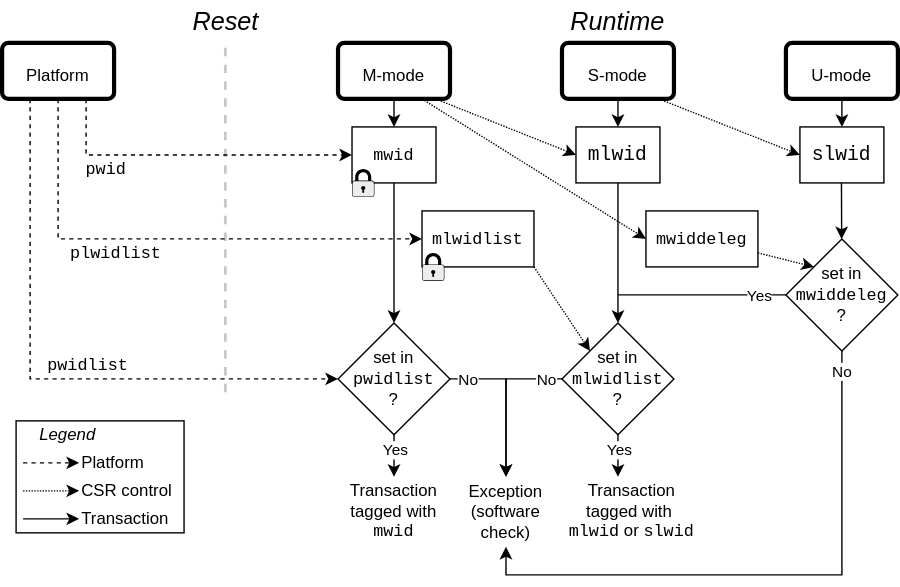
This is src/images/drawio/Smwdeleg_Sswid.svg from riscv/riscv-worlds, a draw.io export, as it was before one commit. Source tidied: cells renumbered, new cells last; positions are measured from the earlier drawing's top-left corner, leaving out a move shared by most shapes.
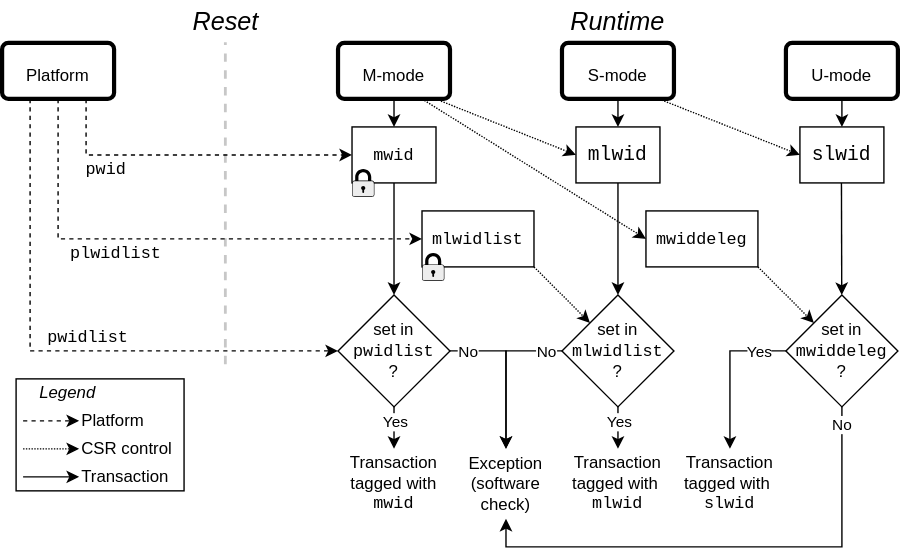
The same file after the commit.

Change to the diagram source:
```diff
@@ -4,7 +4,7 @@
     <mxCell id="1" parent="0" />
     <mxCell id="2" style="endArrow=none;html=1;rounded=0;dashed=1;strokeWidth=2;strokeColor=light-dark(#C7C7C7,#EDEDED);" parent="1" edge="1">
       <mxGeometry relative="1" as="geometry">
-        <mxPoint x="160" y="280" as="sourcePoint" />
+        <mxPoint x="160" y="260" as="sourcePoint" />
         <mxPoint x="160" y="30" as="targetPoint" />
       </mxGeometry>
     </mxCell>
@@ -42,18 +42,18 @@
       <mxGeometry relative="1" as="geometry" />
     </mxCell>
     <mxCell id="12" value="&lt;font style=&quot;font-size: 12px;&quot;&gt;set in&lt;br&gt;&lt;font face=&quot;Courier New&quot; style=&quot;&quot;&gt;pwidlist&lt;br&gt;&lt;/font&gt;?&lt;/font&gt;" style="rhombus;whiteSpace=wrap;html=1;" parent="1" vertex="1">
-      <mxGeometry x="240" y="230" width="80" height="80" as="geometry" />
+      <mxGeometry x="240" y="210" width="80" height="80" as="geometry" />
     </mxCell>
     <mxCell id="13" style="endArrow=classic;html=1;rounded=0;strokeWidth=1;exitX=0.25;exitY=1;exitDx=0;exitDy=0;dashed=1;" parent="1" edge="1" source="3" target="12">
       <mxGeometry relative="1" as="geometry">
         <Array as="points">
-          <mxPoint x="20" y="270" />
+          <mxPoint x="20" y="250" />
         </Array>
       </mxGeometry>
     </mxCell>
     <mxCell id="14" value="&lt;font style=&quot;font-size: 12px;&quot; face=&quot;Courier New&quot;&gt;pwidlist&lt;/font&gt;" style="edgeLabel;html=1;align=center;verticalAlign=middle;" parent="13" vertex="1">
       <mxGeometry x="-0.54" y="2" relative="1" as="geometry">
-        <mxPoint x="38" y="93" as="offset" />
+        <mxPoint x="38" y="78" as="offset" />
       </mxGeometry>
     </mxCell>
     <mxCell id="15" style="endArrow=classic;html=1;rounded=0;exitX=0.5;exitY=1;exitDx=0;exitDy=0;entryX=0.5;entryY=0;entryDx=0;entryDy=0;strokeWidth=1;" parent="1" edge="1" source="12" target="17">
@@ -65,12 +65,12 @@
       </mxGeometry>
     </mxCell>
     <mxCell id="17" value="&lt;font style=&quot;font-size: 12px;&quot;&gt;Transaction&lt;br&gt;tagged with&lt;br&gt;&lt;font face=&quot;Courier New&quot; style=&quot;&quot;&gt;mwid&lt;/font&gt;&lt;/font&gt;" style="text;html=1;whiteSpace=wrap;strokeColor=none;fillColor=none;align=center;verticalAlign=middle;rounded=0;" parent="1" vertex="1">
-      <mxGeometry x="240" y="340" width="80" height="50" as="geometry" />
+      <mxGeometry x="240" y="320" width="80" height="50" as="geometry" />
     </mxCell>
     <mxCell id="18" style="endArrow=classic;html=1;rounded=0;exitX=1;exitY=0.5;exitDx=0;exitDy=0;strokeWidth=1;entryX=0.5;entryY=0;entryDx=0;entryDy=0;" parent="1" edge="1" source="12" target="20">
       <mxGeometry relative="1" as="geometry">
         <Array as="points">
-          <mxPoint x="360" y="270" />
+          <mxPoint x="360" y="250" />
         </Array>
       </mxGeometry>
     </mxCell>
@@ -80,7 +80,7 @@
       </mxGeometry>
     </mxCell>
     <mxCell id="20" value="&lt;font style=&quot;font-size: 12px;&quot;&gt;Exception (software check)&lt;/font&gt;" style="text;html=1;whiteSpace=wrap;strokeColor=none;fillColor=none;align=center;verticalAlign=middle;rounded=0;" parent="1" vertex="1">
-      <mxGeometry x="320" y="340" width="80" height="50" as="geometry" />
+      <mxGeometry x="320" y="320" width="80" height="50" as="geometry" />
     </mxCell>
     <mxCell id="21" value="&lt;font style=&quot;font-size: 12px;&quot;&gt;S-mode&lt;/font&gt;" style="html=1;overflow=block;blockSpacing=1;whiteSpace=wrap;fontSize=20;spacing=3.8;strokeOpacity=100;fillOpacity=100;rounded=1;absoluteArcSize=1;arcSize=9;fillColor=#ffffff;strokeWidth=3;lucidId=RJBa-lLBp8Ld;" parent="1" vertex="1">
       <mxGeometry x="400" y="30" width="80" height="40" as="geometry" />
@@ -95,12 +95,12 @@
       <mxGeometry relative="1" as="geometry" />
     </mxCell>
     <mxCell id="25" value="&lt;font style=&quot;font-size: 12px;&quot;&gt;set in&lt;br&gt;&lt;font face=&quot;Courier New&quot; style=&quot;&quot;&gt;mlwidlist&lt;br&gt;&lt;/font&gt;?&lt;/font&gt;" style="rhombus;whiteSpace=wrap;html=1;" parent="1" vertex="1">
-      <mxGeometry x="400" y="230" width="80" height="80" as="geometry" />
+      <mxGeometry x="400" y="210" width="80" height="80" as="geometry" />
     </mxCell>
     <mxCell id="26" style="endArrow=classic;html=1;rounded=0;strokeWidth=1;exitX=0;exitY=0.5;exitDx=0;exitDy=0;" parent="1" edge="1" source="25" target="20">
       <mxGeometry relative="1" as="geometry">
         <Array as="points">
-          <mxPoint x="360" y="270" />
+          <mxPoint x="360" y="250" />
         </Array>
       </mxGeometry>
     </mxCell>
@@ -109,10 +109,10 @@
         <mxPoint y="-1" as="offset" />
       </mxGeometry>
     </mxCell>
-    <mxCell id="28" value="&lt;font style=&quot;font-size: 12px;&quot;&gt;Transaction tagged with&amp;nbsp; &lt;font face=&quot;Courier New&quot; style=&quot;&quot;&gt;mlwid&lt;/font&gt;&lt;/font&gt;&amp;nbsp;or &lt;span style=&quot;font-family: &amp;quot;Courier New&amp;quot;;&quot;&gt;slwid&lt;/span&gt;" style="text;html=1;whiteSpace=wrap;strokeColor=none;fillColor=none;align=center;verticalAlign=middle;rounded=0;" parent="1" vertex="1">
-      <mxGeometry x="400" y="340" width="100" height="50" as="geometry" />
+    <mxCell id="28" value="&lt;font style=&quot;font-size: 12px;&quot;&gt;Transaction tagged with&amp;nbsp; &lt;font face=&quot;Courier New&quot; style=&quot;&quot;&gt;mlwid&lt;/font&gt;&lt;/font&gt;" style="text;html=1;whiteSpace=wrap;strokeColor=none;fillColor=none;align=center;verticalAlign=middle;rounded=0;" parent="1" vertex="1">
+      <mxGeometry x="400" y="320" width="80" height="50" as="geometry" />
     </mxCell>
-    <mxCell id="29" style="endArrow=classic;html=1;rounded=0;exitX=0.5;exitY=1;exitDx=0;exitDy=0;entryX=0.4;entryY=0;entryDx=0;entryDy=0;strokeWidth=1;entryPerimeter=0;" parent="1" edge="1" source="25" target="28">
+    <mxCell id="29" style="endArrow=classic;html=1;rounded=0;exitX=0.5;exitY=1;exitDx=0;exitDy=0;entryX=0.5;entryY=0;entryDx=0;entryDy=0;strokeWidth=1;" parent="1" edge="1" source="25" target="28">
       <mxGeometry relative="1" as="geometry" />
     </mxCell>
     <mxCell id="30" value="Yes" style="edgeLabel;html=1;align=center;verticalAlign=middle;" parent="29" vertex="1">
@@ -169,31 +169,21 @@
       <mxGeometry relative="1" as="geometry" />
     </mxCell>
     <mxCell id="44" value="&lt;font style=&quot;font-size: 12px;&quot;&gt;set in&lt;br&gt;&lt;font face=&quot;Courier New&quot; style=&quot;&quot;&gt;mwiddeleg&lt;br&gt;&lt;/font&gt;?&lt;/font&gt;" style="rhombus;whiteSpace=wrap;html=1;" parent="1" vertex="1">
-      <mxGeometry x="560" y="170" width="80" height="80" as="geometry" />
+      <mxGeometry x="560" y="210" width="80" height="80" as="geometry" />
     </mxCell>
     <mxCell id="45" style="endArrow=classic;html=1;rounded=0;exitX=0.5;exitY=1;exitDx=0;exitDy=0;strokeWidth=1;" parent="1" edge="1" target="44">
       <mxGeometry relative="1" as="geometry">
         <mxPoint x="599.7" y="130" as="sourcePoint" />
       </mxGeometry>
     </mxCell>
-    <mxCell id="46" style="endArrow=classic;html=1;rounded=0;exitX=1;exitY=0.75;exitDx=0;exitDy=0;entryX=0;entryY=0;entryDx=0;entryDy=0;strokeWidth=1;dashed=1;dashPattern=1 1;" parent="1" edge="1" source="42" target="44">
+    <mxCell id="46" style="endArrow=classic;html=1;rounded=0;exitX=1;exitY=1;exitDx=0;exitDy=0;entryX=0;entryY=0;entryDx=0;entryDy=0;strokeWidth=1;dashed=1;dashPattern=1 1;" parent="1" edge="1" source="42" target="44">
       <mxGeometry relative="1" as="geometry" />
     </mxCell>
-    <mxCell id="47" style="endArrow=none;html=1;rounded=0;entryX=0;entryY=0.5;entryDx=0;entryDy=0;" parent="1" edge="1" target="44">
-      <mxGeometry relative="1" as="geometry">
-        <mxPoint x="440" y="210" as="sourcePoint" />
-      </mxGeometry>
-    </mxCell>
-    <mxCell id="48" value="Yes" style="edgeLabel;html=1;align=center;verticalAlign=middle;" parent="47" vertex="1">
-      <mxGeometry x="0.76" y="3" relative="1" as="geometry">
-        <mxPoint x="-5" y="3" as="offset" />
-      </mxGeometry>
-    </mxCell>
     <mxCell id="49" style="endArrow=classic;html=1;rounded=0;entryX=0.5;entryY=1;entryDx=0;entryDy=0;exitX=0.5;exitY=1;exitDx=0;exitDy=0;" parent="1" edge="1" source="44" target="20">
       <mxGeometry relative="1" as="geometry">
         <Array as="points">
-          <mxPoint x="600" y="410" />
-          <mxPoint x="360" y="410" />
+          <mxPoint x="600" y="390" />
+          <mxPoint x="360" y="390" />
         </Array>
       </mxGeometry>
     </mxCell>
@@ -201,7 +191,7 @@
       <mxGeometry x="-0.93" y="-1" relative="1" as="geometry" />
     </mxCell>
     <mxCell id="51" style="group;" parent="1" vertex="1">
-      <mxGeometry x="10" y="300" width="125" height="80" as="geometry" />
+      <mxGeometry x="10" y="270" width="125" height="80" as="geometry" />
     </mxCell>
     <mxCell id="52" style="rounded=0;whiteSpace=wrap;html=1;" parent="51" vertex="1">
       <mxGeometry width="120" height="80" as="geometry" />
@@ -233,5 +223,20 @@
     <mxCell id="59" value="&lt;i&gt;Legend&lt;/i&gt;" style="text;html=1;whiteSpace=wrap;strokeColor=none;fillColor=none;align=left;verticalAlign=middle;rounded=0;" parent="51" vertex="1">
       <mxGeometry x="15" width="80" height="20" as="geometry" />
     </mxCell>
+    <mxCell id="60" value="&lt;font style=&quot;font-size: 12px;&quot;&gt;Transaction tagged with&amp;nbsp; &lt;font face=&quot;Courier New&quot; style=&quot;&quot;&gt;slwid&lt;/font&gt;&lt;/font&gt;" style="text;html=1;whiteSpace=wrap;strokeColor=none;fillColor=none;align=center;verticalAlign=middle;rounded=0;" parent="1" vertex="1">
+      <mxGeometry x="480" y="320" width="80" height="50" as="geometry" />
+    </mxCell>
+    <mxCell id="61" style="endArrow=classic;html=1;rounded=0;exitX=0;exitY=0.5;exitDx=0;exitDy=0;entryX=0.5;entryY=0;entryDx=0;entryDy=0;strokeWidth=1;" parent="1" edge="1" source="44" target="60">
+      <mxGeometry relative="1" as="geometry">
+        <Array as="points">
+          <mxPoint x="520" y="250" />
+        </Array>
+      </mxGeometry>
+    </mxCell>
+    <mxCell id="48" value="Yes" style="edgeLabel;html=1;align=center;verticalAlign=middle;" parent="61" vertex="1">
+      <mxGeometry x="-0.18" y="4" relative="1" as="geometry">
+        <mxPoint x="16" y="-5" as="offset" />
+      </mxGeometry>
+    </mxCell>
   </root>
 </mxGraphModel>
```
